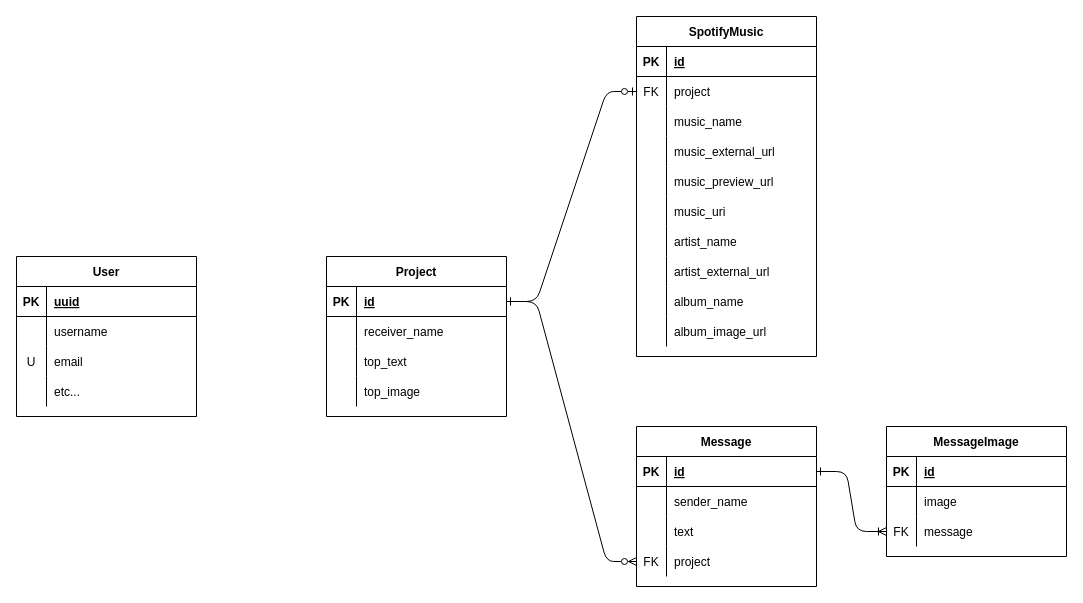
Earlier version of the draw.io diagram docs/ER.drawio (youngeek-0410/hacku-kosen-2022-backend). Source tidied: cells renumbered, new cells numbered last; positions are measured from the earlier drawing's top-left corner, leaving out a move shared by most shapes. Both pictures are drawn from the tidied source at 100%, with x=0, y=0 at pixel (16, 16).
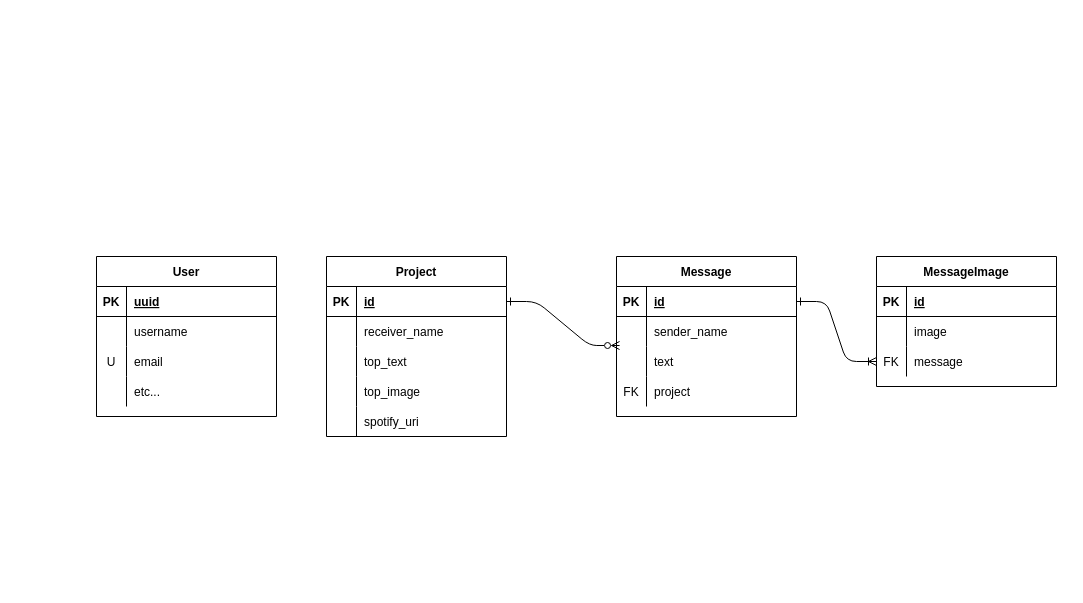
The same page after the edit.

The change refers to these unchanged cells:
```xml
<mxCell id="3" style="shape=partialRectangle;fillColor=none;top=0;left=0;bottom=1;right=0;points=[[0,0.5],[1,0.5]];portConstraint=eastwest;" parent="2" vertex="1">
  <mxGeometry y="30" width="180" height="30" as="geometry" />
</mxCell>
<mxCell id="64" style="shape=partialRectangle;fillColor=none;top=0;left=0;bottom=0;right=0;points=[[0,0.5],[1,0.5]];portConstraint=eastwest;" parent="60" vertex="1">
  <mxGeometry y="60" width="180" height="30" as="geometry" />
</mxCell>
<mxCell id="70" style="shape=partialRectangle;fillColor=none;top=0;left=0;bottom=0;right=0;points=[[0,0.5],[1,0.5]];portConstraint=eastwest;" parent="60" vertex="1">
  <mxGeometry y="120" width="180" height="30" as="geometry" />
</mxCell>
```

The edit, as a diff of the source:
```diff
@@
     <mxCell id="2" value="Project" style="shape=table;startSize=30;childLayout=tableLayout;rowLines=0;fontStyle=1;align=center;" parent="1" vertex="1">
-      <mxGeometry x="310" y="240" width="180" height="160" as="geometry" />
+      <mxGeometry x="310" y="240" width="180" height="180" as="geometry" />
     </mxCell>
@@
-    <mxCell id="15" value="SpotifyMusic" style="shape=table;startSize=30;childLayout=tableLayout;rowLines=0;fontStyle=1;align=center;" parent="1" vertex="1">
-      <mxGeometry x="620" width="180" height="340" as="geometry" />
-    </mxCell>
-    <mxCell id="16" style="shape=partialRectangle;fillColor=none;top=0;left=0;bottom=1;right=0;" parent="15" vertex="1">
-      <mxGeometry y="30" width="180" height="30" as="geometry" />
-    </mxCell>
-    <mxCell id="17" value="PK" style="shape=partialRectangle;fillColor=none;top=0;left=0;bottom=0;right=0;fontStyle=1;overflow=hidden;" parent="16" vertex="1">
-      <mxGeometry width="30" height="30" as="geometry" />
-    </mxCell>
-    <mxCell id="18" value="id" style="shape=partialRectangle;fillColor=none;top=0;left=0;bottom=0;right=0;align=left;spacingLeft=6;fontStyle=5;overflow=hidden;" parent="16" vertex="1">
-      <mxGeometry x="30" width="150" height="30" as="geometry" />
-    </mxCell>
-    <mxCell id="19" style="shape=partialRectangle;fillColor=none;top=0;left=0;bottom=0;right=0;points=[[0,0.5],[1,0.5]];portConstraint=eastwest;" parent="15" vertex="1">
-      <mxGeometry y="60" width="180" height="30" as="geometry" />
-    </mxCell>
-    <mxCell id="20" value="FK" style="shape=partialRectangle;fillColor=none;top=0;left=0;bottom=0;right=0;overflow=hidden;" parent="19" vertex="1">
-      <mxGeometry width="30" height="30" as="geometry" />
-    </mxCell>
-    <mxCell id="21" value="project" style="shape=partialRectangle;fillColor=none;top=0;left=0;bottom=0;right=0;align=left;spacingLeft=6;overflow=hidden;" parent="19" vertex="1">
-      <mxGeometry x="30" width="150" height="30" as="geometry" />
-    </mxCell>
-    <mxCell id="22" style="shape=partialRectangle;fillColor=none;top=0;left=0;bottom=0;right=0;" parent="15" vertex="1">
-      <mxGeometry y="90" width="180" height="30" as="geometry" />
-    </mxCell>
-    <mxCell id="23" style="shape=partialRectangle;fillColor=none;top=0;left=0;bottom=0;right=0;overflow=hidden;" parent="22" vertex="1">
-      <mxGeometry width="30" height="30" as="geometry" />
-    </mxCell>
-    <mxCell id="24" value="music_name" style="shape=partialRectangle;fillColor=none;top=0;left=0;bottom=0;right=0;align=left;spacingLeft=6;overflow=hidden;" parent="22" vertex="1">
-      <mxGeometry x="30" width="150" height="30" as="geometry" />
-    </mxCell>
-    <mxCell id="25" style="shape=partialRectangle;fillColor=none;top=0;left=0;bottom=0;right=0;" parent="15" vertex="1">
-      <mxGeometry y="120" width="180" height="30" as="geometry" />
-    </mxCell>
-    <mxCell id="26" style="shape=partialRectangle;fillColor=none;top=0;left=0;bottom=0;right=0;overflow=hidden;" parent="25" vertex="1">
-      <mxGeometry width="30" height="30" as="geometry" />
-    </mxCell>
-    <mxCell id="27" value="music_external_url" style="shape=partialRectangle;fillColor=none;top=0;left=0;bottom=0;right=0;align=left;spacingLeft=6;overflow=hidden;" parent="25" vertex="1">
-      <mxGeometry x="30" width="150" height="30" as="geometry" />
-    </mxCell>
-    <mxCell id="28" style="shape=partialRectangle;fillColor=none;top=0;left=0;bottom=0;right=0;" parent="15" vertex="1">
+    <mxCell id="28" style="shape=partialRectangle;fillColor=none;top=0;left=0;bottom=0;right=0;" parent="2" vertex="1">
       <mxGeometry y="150" width="180" height="30" as="geometry" />
     </mxCell>
-    <mxCell id="29" style="shape=partialRectangle;fillColor=none;top=0;left=0;bottom=0;right=0;overflow=hidden;" parent="28" vertex="1">
-      <mxGeometry width="30" height="30" as="geometry" />
-    </mxCell>
-    <mxCell id="30" value="music_preview_url" style="shape=partialRectangle;fillColor=none;top=0;left=0;bottom=0;right=0;align=left;spacingLeft=6;overflow=hidden;" parent="28" vertex="1">
-      <mxGeometry x="30" width="150" height="30" as="geometry" />
-    </mxCell>
-    <mxCell id="31" style="shape=partialRectangle;fillColor=none;top=0;left=0;bottom=0;right=0;" parent="15" vertex="1">
-      <mxGeometry y="180" width="180" height="30" as="geometry" />
-    </mxCell>
-    <mxCell id="32" style="shape=partialRectangle;fillColor=none;top=0;left=0;bottom=0;right=0;overflow=hidden;" parent="31" vertex="1">
-      <mxGeometry width="30" height="30" as="geometry" />
-    </mxCell>
-    <mxCell id="33" value="music_uri" style="shape=partialRectangle;fillColor=none;top=0;left=0;bottom=0;right=0;align=left;spacingLeft=6;overflow=hidden;" parent="31" vertex="1">
-      <mxGeometry x="30" width="150" height="30" as="geometry" />
-    </mxCell>
-    <mxCell id="34" style="shape=partialRectangle;fillColor=none;top=0;left=0;bottom=0;right=0;" parent="15" vertex="1">
-      <mxGeometry y="210" width="180" height="30" as="geometry" />
-    </mxCell>
-    <mxCell id="35" style="shape=partialRectangle;fillColor=none;top=0;left=0;bottom=0;right=0;overflow=hidden;" parent="34" vertex="1">
-      <mxGeometry width="30" height="30" as="geometry" />
-    </mxCell>
-    <mxCell id="36" value="artist_name" style="shape=partialRectangle;fillColor=none;top=0;left=0;bottom=0;right=0;align=left;spacingLeft=6;overflow=hidden;" parent="34" vertex="1">
-      <mxGeometry x="30" width="150" height="30" as="geometry" />
-    </mxCell>
-    <mxCell id="37" style="shape=partialRectangle;fillColor=none;top=0;left=0;bottom=0;right=0;" parent="15" vertex="1">
-      <mxGeometry y="240" width="180" height="30" as="geometry" />
-    </mxCell>
-    <mxCell id="38" style="shape=partialRectangle;fillColor=none;top=0;left=0;bottom=0;right=0;overflow=hidden;" parent="37" vertex="1">
-      <mxGeometry width="30" height="30" as="geometry" />
-    </mxCell>
-    <mxCell id="39" value="artist_external_url" style="shape=partialRectangle;fillColor=none;top=0;left=0;bottom=0;right=0;align=left;spacingLeft=6;overflow=hidden;" parent="37" vertex="1">
-      <mxGeometry x="30" width="150" height="30" as="geometry" />
-    </mxCell>
-    <mxCell id="40" style="shape=partialRectangle;fillColor=none;top=0;left=0;bottom=0;right=0;" parent="15" vertex="1">
-      <mxGeometry y="270" width="180" height="30" as="geometry" />
-    </mxCell>
-    <mxCell id="41" style="shape=partialRectangle;fillColor=none;top=0;left=0;bottom=0;right=0;overflow=hidden;" parent="40" vertex="1">
-      <mxGeometry width="30" height="30" as="geometry" />
-    </mxCell>
-    <mxCell id="42" value="album_name" style="shape=partialRectangle;fillColor=none;top=0;left=0;bottom=0;right=0;align=left;spacingLeft=6;overflow=hidden;" parent="40" vertex="1">
-      <mxGeometry x="30" width="150" height="30" as="geometry" />
-    </mxCell>
-    <mxCell id="43" style="shape=partialRectangle;fillColor=none;top=0;left=0;bottom=0;right=0;" parent="15" vertex="1">
-      <mxGeometry y="300" width="180" height="30" as="geometry" />
-    </mxCell>
-    <mxCell id="44" style="shape=partialRectangle;fillColor=none;top=0;left=0;bottom=0;right=0;overflow=hidden;" parent="43" vertex="1">
-      <mxGeometry width="30" height="30" as="geometry" />
-    </mxCell>
-    <mxCell id="45" value="album_image_url" style="shape=partialRectangle;fillColor=none;top=0;left=0;bottom=0;right=0;align=left;spacingLeft=6;overflow=hidden;" parent="43" vertex="1">
-      <mxGeometry x="30" width="150" height="30" as="geometry" />
-    </mxCell>
-    <mxCell id="46" style="edgeStyle=entityRelationEdgeStyle;fontSize=12;html=1;endArrow=ERzeroToOne;endFill=0;exitX=1;exitY=0.5;exitDx=0;exitDy=0;entryX=0;entryY=0.5;entryDx=0;entryDy=0;startArrow=ERone;startFill=0;" parent="1" edge="1" source="3" target="19">
-      <mxGeometry relative="1" as="geometry" />
-    </mxCell>
+    <mxCell id="85" style="shape=partialRectangle;fillColor=none;top=0;left=0;bottom=0;right=0;overflow=hidden;" parent="28" vertex="1">
+      <mxGeometry width="30" height="30" as="geometry" />
+    </mxCell>
+    <mxCell id="86" value="spotify_uri" style="shape=partialRectangle;fillColor=none;top=0;left=0;bottom=0;right=0;align=left;spacingLeft=6;overflow=hidden;" parent="28" vertex="1">
+      <mxGeometry x="30" width="150" height="30" as="geometry" />
+    </mxCell>
     <mxCell id="47" value="User" style="shape=table;startSize=30;childLayout=tableLayout;rowLines=0;fontStyle=1;align=center;" parent="1" vertex="1">
-      <mxGeometry y="240" width="180" height="160" as="geometry" />
+      <mxGeometry x="80" y="240" width="180" height="160" as="geometry" />
     </mxCell>
@@
     <mxCell id="60" value="Message" style="shape=table;startSize=30;childLayout=tableLayout;rowLines=0;fontStyle=1;align=center;" parent="1" vertex="1">
-      <mxGeometry x="620" y="410" width="180" height="160" as="geometry" />
+      <mxGeometry x="600" y="240" width="180" height="160" as="geometry" />
     </mxCell>
@@
     <mxCell id="73" value="MessageImage" style="shape=table;startSize=30;childLayout=tableLayout;rowLines=0;fontStyle=1;align=center;" parent="1" vertex="1">
-      <mxGeometry x="870" y="410" width="180" height="130" as="geometry" />
+      <mxGeometry x="860" y="240" width="180" height="130" as="geometry" />
     </mxCell>
@@
-    <mxCell id="84" style="edgeStyle=entityRelationEdgeStyle;fontSize=12;html=1;endArrow=ERzeroToMany;endFill=0;exitX=1;exitY=0.5;exitDx=0;exitDy=0;entryX=0;entryY=0.5;entryDx=0;entryDy=0;startArrow=ERone;startFill=0;" parent="1" edge="1" source="3" target="70">
+    <mxCell id="84" style="edgeStyle=entityRelationEdgeStyle;fontSize=12;html=1;endArrow=ERzeroToMany;endFill=0;exitX=1;exitY=0.5;exitDx=0;exitDy=0;entryX=0.017;entryY=0.967;entryDx=0;entryDy=0;startArrow=ERone;startFill=0;entryPerimeter=0;" parent="1" edge="1" source="3" target="64">
       <mxGeometry relative="1" as="geometry" />
     </mxCell>
```
